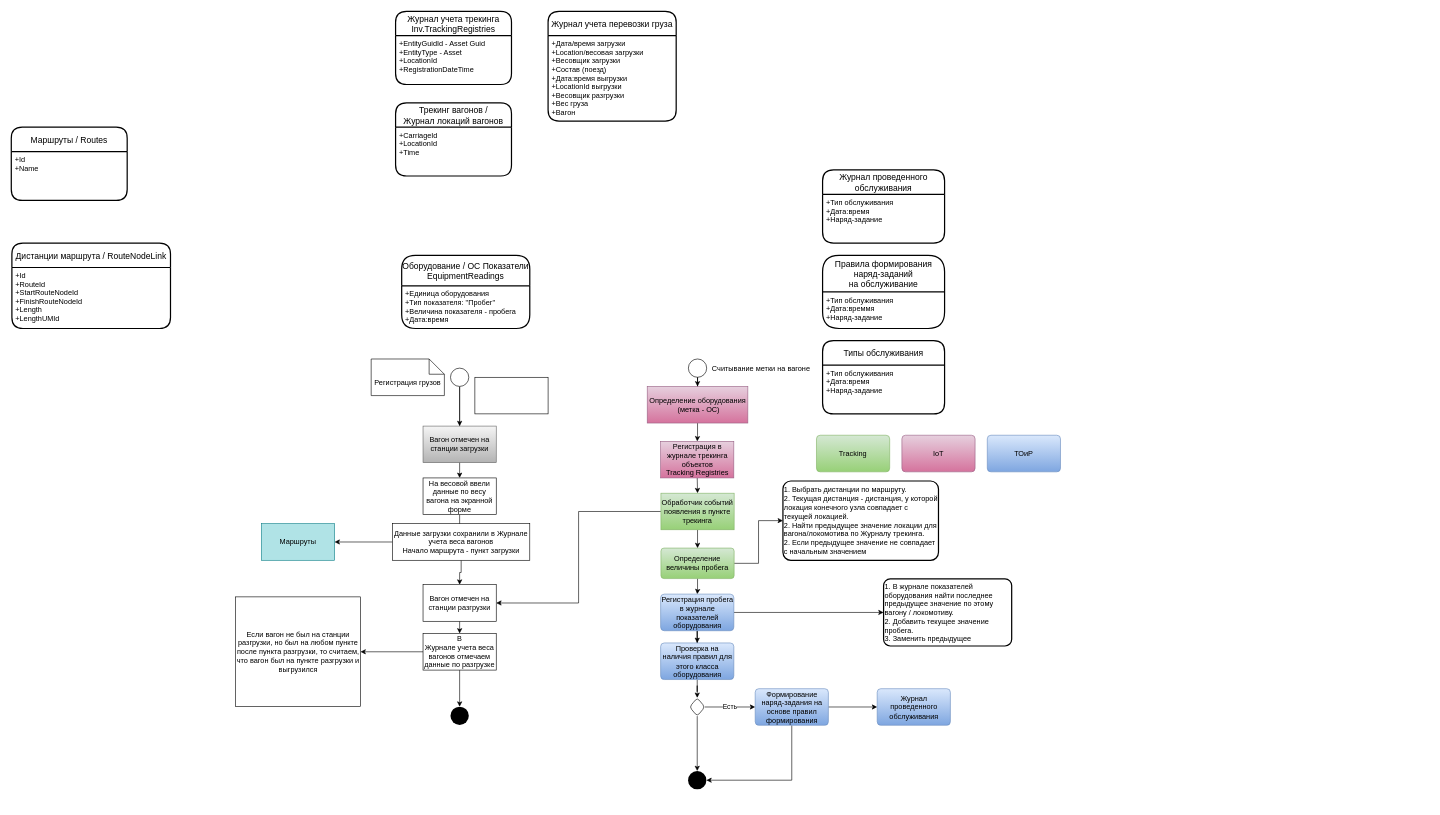
This is page "Пробеги" (2 of 2) of sensor_to_business_oper.drawio from tvolodi/abitech, a draw.io file, before an edit. Source tidied: cells renumbered, new cells numbered last; positions are measured from the earlier drawing's top-left corner, leaving out a move shared by most shapes. Both pictures are drawn from the tidied source at 61%, with x=0, y=0 at pixel (11, 11).
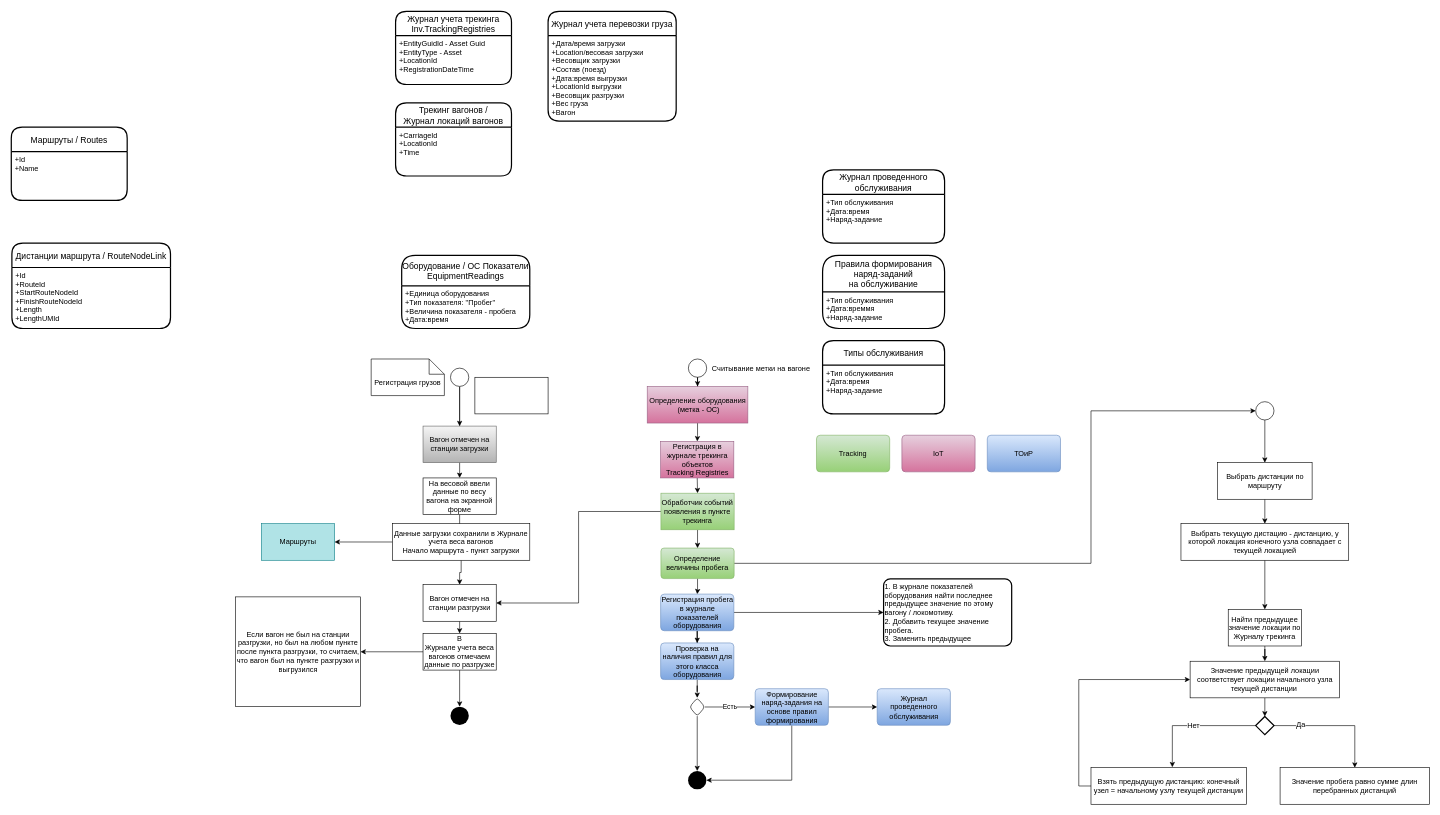
Above is the later version.

Unchanged cells that the change refers to:
```xml
<mxCell id="12" value="Определение величины пробега" style="rounded=1;arcSize=10;whiteSpace=wrap;html=1;align=center;fillColor=#d5e8d4;gradientColor=#97d077;strokeColor=#82b366;" parent="1" vertex="1">
  <mxGeometry x="1065" y="880" width="120" height="50" as="geometry" />
</mxCell>
```

What changed in the source:
```diff
@@
-    <mxCell id="11" style="edgeStyle=orthogonalEdgeStyle;rounded=0;jettySize=auto;html=1;" parent="1" edge="1" source="12" target="68">
-      <mxGeometry relative="1" as="geometry" />
+    <mxCell id="11" style="edgeStyle=orthogonalEdgeStyle;rounded=0;jettySize=auto;html=1;entryX=0;entryY=0.5;entryDx=0;entryDy=0;" parent="1" edge="1" source="12" target="70">
+      <mxGeometry relative="1" as="geometry">
+        <Array as="points">
+          <mxPoint x="1770" y="905" />
+          <mxPoint x="1770" y="655" />
+        </Array>
+      </mxGeometry>
     </mxCell>
@@
-    <mxCell id="68" value="1. Выбрать дистанции по маршруту.&lt;br&gt;2. Текущая дистанция - дистанция, у которой локация конечного узла совпадает с текущей локацией.&lt;br&gt;2. Найти предыдущее значение локации для вагона/локомотива по Журналу трекинга.&lt;br&gt;2. Если предыдущее значение не совпадает с начальным значением&amp;nbsp;" style="whiteSpace=wrap;html=1;rounded=1;arcSize=10;strokeWidth=2;align=left;" parent="1" vertex="1">
-      <mxGeometry x="1265" y="770" width="255" height="130" as="geometry" />
-    </mxCell>
+    <mxCell id="69" style="edgeStyle=orthogonalEdgeStyle;rounded=0;jettySize=auto;html=1;" parent="1" edge="1" source="70" target="72">
+      <mxGeometry relative="1" as="geometry" />
+    </mxCell>
+    <mxCell id="70" style="ellipse;fillColor=#ffffff;strokeColor=#000000;align=left;spacingTop=0;spacing=39;" parent="1" vertex="1">
+      <mxGeometry x="2040" y="640" width="30" height="30" as="geometry" />
+    </mxCell>
+    <mxCell id="71" style="edgeStyle=orthogonalEdgeStyle;rounded=0;jettySize=auto;html=1;" parent="1" edge="1" source="72" target="74">
+      <mxGeometry relative="1" as="geometry" />
+    </mxCell>
+    <mxCell id="72" value="Выбрать дистанции по маршруту" style="whiteSpace=wrap;html=1;align=center;fillColor=#ffffff;strokeColor=#000000;spacingTop=0;spacing=0;" parent="1" vertex="1">
+      <mxGeometry x="1977.5" y="740" width="155" height="60" as="geometry" />
+    </mxCell>
+    <mxCell id="73" style="edgeStyle=orthogonalEdgeStyle;rounded=0;jettySize=auto;html=1;" parent="1" edge="1" source="74" target="76">
+      <mxGeometry relative="1" as="geometry" />
+    </mxCell>
+    <mxCell id="74" value="Выбрать текущую дистацию - дистанцию, у которой локация конечного узла совпадает с текущей локацией" style="whiteSpace=wrap;html=1;fillColor=#ffffff;strokeColor=#000000;spacingTop=0;spacing=0;" parent="1" vertex="1">
+      <mxGeometry x="1917.5" y="840" width="275" height="60" as="geometry" />
+    </mxCell>
+    <mxCell id="75" style="edgeStyle=orthogonalEdgeStyle;rounded=0;jettySize=auto;html=1;fontSize=12;" parent="1" edge="1" source="76" target="78">
+      <mxGeometry relative="1" as="geometry" />
+    </mxCell>
+    <mxCell id="76" value="Найти предыдущее значение локации по Журналу трекинга&lt;br&gt;" style="whiteSpace=wrap;html=1;fillColor=#ffffff;strokeColor=#000000;spacingTop=0;spacing=0;" parent="1" vertex="1">
+      <mxGeometry x="1995" y="980.5" width="120" height="60" as="geometry" />
+    </mxCell>
+    <mxCell id="77" style="edgeStyle=orthogonalEdgeStyle;rounded=0;jettySize=auto;html=1;exitX=0.5;exitY=1;exitDx=0;exitDy=0;entryX=0.5;entryY=0;entryDx=0;entryDy=0;fontSize=12;" parent="1" edge="1" source="78" target="82">
+      <mxGeometry relative="1" as="geometry" />
+    </mxCell>
+    <mxCell id="78" value="&lt;span style=&quot;&quot;&gt;Значение предыдущей локации соответствует локации начального узла текущей дистанции&amp;nbsp;&lt;/span&gt;" style="whiteSpace=wrap;html=1;fillColor=#ffffff;strokeColor=#000000;spacingTop=0;spacing=0;" parent="1" vertex="1">
+      <mxGeometry x="1932.5" y="1065.5" width="245" height="60" as="geometry" />
+    </mxCell>
+    <mxCell id="79" value="Нет" style="edgeStyle=orthogonalEdgeStyle;rounded=0;jettySize=auto;html=1;exitX=0;exitY=0.5;exitDx=0;exitDy=0;entryX=0.523;entryY=-0.012;entryDx=0;entryDy=0;fontSize=12;entryPerimeter=0;" parent="1" edge="1" source="82" target="85">
+      <mxGeometry relative="1" as="geometry" />
+    </mxCell>
+    <mxCell id="80" style="edgeStyle=orthogonalEdgeStyle;rounded=0;jettySize=auto;html=1;exitX=1;exitY=0.5;exitDx=0;exitDy=0;entryX=0.5;entryY=0;entryDx=0;entryDy=0;fontSize=12;" parent="1" edge="1" source="82" target="83">
+      <mxGeometry relative="1" as="geometry" />
+    </mxCell>
+    <mxCell id="81" value="Да" style="edgeLabel;html=1;align=center;verticalAlign=middle;fontSize=12;" parent="80" vertex="1">
+      <mxGeometry x="-0.57" y="3" relative="1" as="geometry" />
+    </mxCell>
+    <mxCell id="82" style="rhombus;fontSize=12;strokeWidth=2;" parent="1" vertex="1">
+      <mxGeometry x="2040" y="1156" width="30" height="30" as="geometry" />
+    </mxCell>
+    <mxCell id="83" value="&lt;span style=&quot;&quot;&gt;Значение пробега равно сумме длин перебранных дистанций&lt;/span&gt;" style="whiteSpace=wrap;html=1;fillColor=#ffffff;strokeColor=#000000;spacingTop=0;spacing=0;" parent="1" vertex="1">
+      <mxGeometry x="2080" y="1240" width="245" height="60" as="geometry" />
+    </mxCell>
+    <mxCell id="84" style="edgeStyle=orthogonalEdgeStyle;rounded=0;jettySize=auto;html=1;exitX=0;exitY=0.5;exitDx=0;exitDy=0;fontSize=12;entryX=0;entryY=0.5;entryDx=0;entryDy=0;" parent="1" edge="1" source="85" target="78">
+      <mxGeometry relative="1" as="geometry" />
+    </mxCell>
+    <mxCell id="85" value="Взять предыдущую дистанцию: конечный узел = начальному узлу текущей дистанции" style="whiteSpace=wrap;html=1;fillColor=#ffffff;strokeColor=#000000;spacingTop=0;spacing=0;" parent="1" vertex="1">
+      <mxGeometry x="1770" y="1240" width="255" height="60" as="geometry" />
+    </mxCell>
```
